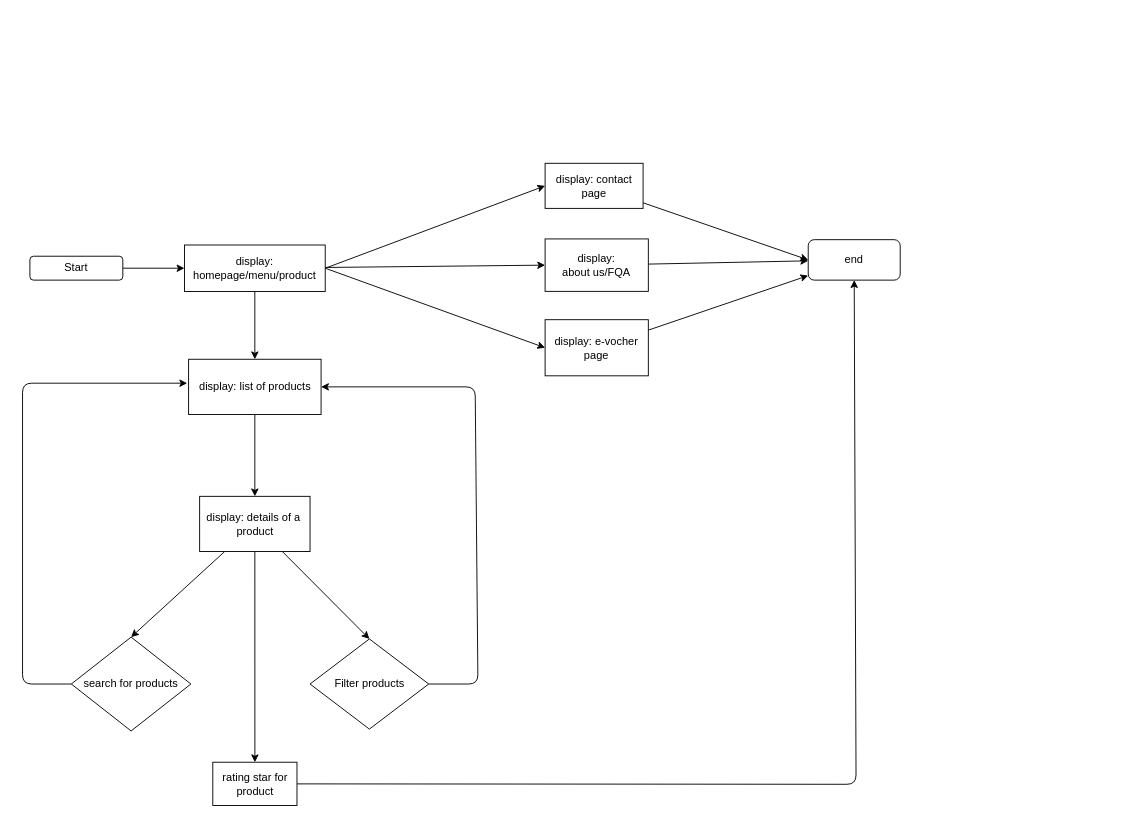
minhthan13/rock-paradise keeps this draw.io diagram as flow.drawio. Above is the earlier version. Source tidied: cells renumbered, new cells numbered last; positions are measured from the earlier drawing's top-left corner, leaving out a move shared by most shapes. Both pictures are drawn from the tidied source at 92%, with x=0, y=0 at pixel (22, 163).
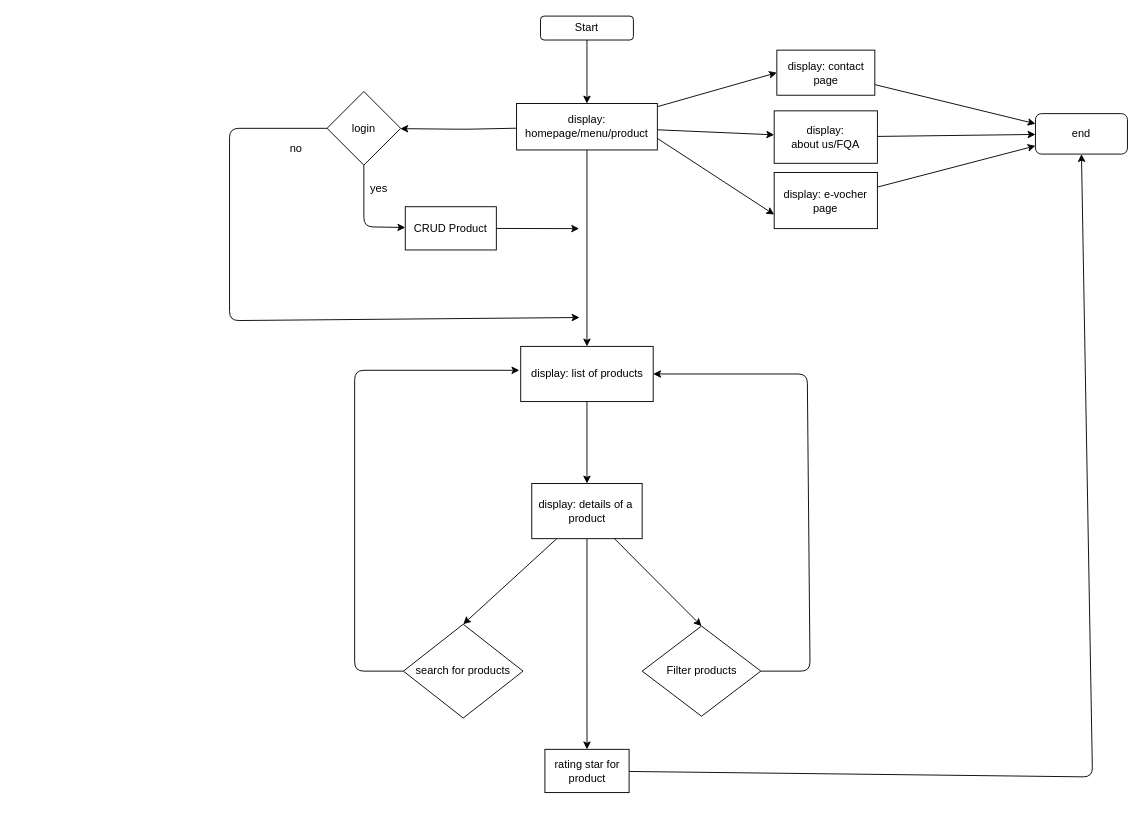
The same diagram, later.

Commit message:
config flow chart

The edit, as a diff of the source:
```diff
@@
-    <mxCell id="2" style="edgeStyle=none;html=1;" parent="1" edge="1" source="3" target="8">
+    <mxCell id="2" style="edgeStyle=none;html=1;entryX=0.5;entryY=0;entryDx=0;entryDy=0;" parent="1" edge="1" source="3" target="8">
       <mxGeometry relative="1" as="geometry" />
     </mxCell>
     <mxCell id="3" value="Start" style="rounded=1;whiteSpace=wrap;html=1;" parent="1" vertex="1">
-      <mxGeometry x="8" y="101" width="101" height="26" as="geometry" />
+      <mxGeometry x="563" y="-160" width="101" height="26" as="geometry" />
     </mxCell>
@@
+    <mxCell id="28" style="edgeStyle=none;html=1;" parent="1" edge="1" source="8" target="31">
+      <mxGeometry relative="1" as="geometry">
+        <Array as="points">
+          <mxPoint x="482" y="-37" />
+        </Array>
+      </mxGeometry>
+    </mxCell>
+    <mxCell id="7" style="edgeStyle=none;html=1;entryX=0;entryY=0.5;entryDx=0;entryDy=0;" parent="1" edge="1" source="8" target="25">
+      <mxGeometry relative="1" as="geometry" />
+    </mxCell>
+    <mxCell id="6" style="edgeStyle=none;html=1;" parent="1" edge="1" source="8" target="27">
+      <mxGeometry relative="1" as="geometry" />
+    </mxCell>
-    <mxCell id="5" style="edgeStyle=none;html=1;entryX=0;entryY=0.5;entryDx=0;entryDy=0;exitX=1;exitY=0.5;exitDx=0;exitDy=0;" parent="1" edge="1" source="8" target="22">
+    <mxCell id="5" style="edgeStyle=none;html=1;exitX=1;exitY=0.75;exitDx=0;exitDy=0;entryX=0;entryY=0.75;entryDx=0;entryDy=0;" parent="1" edge="1" source="8" target="22">
       <mxGeometry relative="1" as="geometry" />
     </mxCell>
-    <mxCell id="6" style="edgeStyle=none;html=1;entryX=0;entryY=0.5;entryDx=0;entryDy=0;" parent="1" edge="1" source="8" target="27">
-      <mxGeometry relative="1" as="geometry" />
-    </mxCell>
-    <mxCell id="7" style="edgeStyle=none;html=1;entryX=0;entryY=0.5;entryDx=0;entryDy=0;exitX=1;exitY=0.5;exitDx=0;exitDy=0;" parent="1" edge="1" source="8" target="25">
-      <mxGeometry relative="1" as="geometry" />
-    </mxCell>
     <mxCell id="8" value="display: homepage/menu/product" style="rounded=0;whiteSpace=wrap;html=1;" parent="1" vertex="1">
-      <mxGeometry x="176" y="88.8" width="153" height="50.5" as="geometry" />
+      <mxGeometry x="537" y="-65" width="153" height="50.5" as="geometry" />
     </mxCell>
@@
     <mxCell id="10" value="display: list of products" style="rounded=0;whiteSpace=wrap;html=1;" parent="1" vertex="1">
-      <mxGeometry x="180.5" y="213" width="144" height="60" as="geometry" />
+      <mxGeometry x="541.5" y="199" width="144" height="60" as="geometry" />
     </mxCell>
     <mxCell id="11" style="edgeStyle=none;html=1;" parent="1" edge="1" source="12">
       <mxGeometry relative="1" as="geometry">
-        <mxPoint x="179" y="239" as="targetPoint" />
+        <mxPoint x="540" y="225" as="targetPoint" />
         <Array as="points">
-          <mxPoint y="566" />
-          <mxPoint y="239" />
+          <mxPoint x="361" y="552" />
+          <mxPoint x="361" y="225" />
         </Array>
       </mxGeometry>
     </mxCell>
     <mxCell id="12" value="search for products" style="rhombus;whiteSpace=wrap;html=1;" parent="1" vertex="1">
-      <mxGeometry x="53" y="515" width="130" height="102" as="geometry" />
+      <mxGeometry x="414" y="501" width="130" height="102" as="geometry" />
     </mxCell>
     <mxCell id="13" style="edgeStyle=none;html=1;entryX=1;entryY=0.5;entryDx=0;entryDy=0;" parent="1" edge="1" source="14" target="10">
       <mxGeometry relative="1" as="geometry">
         <Array as="points">
-          <mxPoint x="495" y="566" />
-          <mxPoint x="492" y="243" />
+          <mxPoint x="856" y="552" />
+          <mxPoint x="853" y="229" />
         </Array>
       </mxGeometry>
     </mxCell>
     <mxCell id="14" value="Filter products" style="rhombus;whiteSpace=wrap;html=1;" parent="1" vertex="1">
-      <mxGeometry x="312.5" y="517" width="129" height="98" as="geometry" />
+      <mxGeometry x="673.5" y="503" width="129" height="98" as="geometry" />
     </mxCell>
@@
     <mxCell id="18" value="display: details of a&amp;nbsp; product" style="rounded=0;whiteSpace=wrap;html=1;" parent="1" vertex="1">
-      <mxGeometry x="192.5" y="362" width="120" height="60" as="geometry" />
+      <mxGeometry x="553.5" y="348" width="120" height="60" as="geometry" />
     </mxCell>
     <mxCell id="19" style="edgeStyle=none;html=1;entryX=0.5;entryY=1;entryDx=0;entryDy=0;" parent="1" edge="1" source="20" target="23">
       <mxGeometry relative="1" as="geometry">
         <Array as="points">
-          <mxPoint x="906" y="675" />
+          <mxPoint x="1163" y="667" />
         </Array>
       </mxGeometry>
     </mxCell>
     <mxCell id="20" value="rating star for product" style="rounded=0;whiteSpace=wrap;html=1;" parent="1" vertex="1">
-      <mxGeometry x="206.8" y="651" width="91.5" height="47" as="geometry" />
+      <mxGeometry x="567.8" y="637" width="91.5" height="47" as="geometry" />
     </mxCell>
@@
     <mxCell id="22" value="display: e-vocher page" style="rounded=0;whiteSpace=wrap;html=1;" parent="1" vertex="1">
-      <mxGeometry x="568" y="170" width="112.2" height="61" as="geometry" />
+      <mxGeometry x="817" y="10" width="112.2" height="61" as="geometry" />
     </mxCell>
     <mxCell id="23" value="end" style="rounded=1;whiteSpace=wrap;html=1;" parent="1" vertex="1">
-      <mxGeometry x="854" y="83" width="100" height="44" as="geometry" />
+      <mxGeometry x="1101" y="-54" width="100" height="44" as="geometry" />
     </mxCell>
-    <mxCell id="24" style="edgeStyle=none;html=1;entryX=0;entryY=0.5;entryDx=0;entryDy=0;" parent="1" edge="1" source="25" target="23">
+    <mxCell id="24" style="edgeStyle=none;html=1;entryX=0;entryY=0.25;entryDx=0;entryDy=0;" parent="1" edge="1" source="25" target="23">
       <mxGeometry relative="1" as="geometry" />
     </mxCell>
     <mxCell id="25" value="display: contact page" style="rounded=0;whiteSpace=wrap;html=1;" parent="1" vertex="1">
-      <mxGeometry x="568" width="106.5" height="49" as="geometry" />
+      <mxGeometry x="819.9" y="-123" width="106.5" height="49" as="geometry" />
     </mxCell>
@@
     <mxCell id="27" value="display: &lt;br&gt;about us/FQA" style="rounded=0;whiteSpace=wrap;html=1;" parent="1" vertex="1">
-      <mxGeometry x="568" y="82.2" width="112.2" height="57" as="geometry" />
+      <mxGeometry x="817" y="-57" width="112.2" height="57" as="geometry" />
     </mxCell>
+    <mxCell id="29" style="edgeStyle=none;html=1;exitX=0.5;exitY=1;exitDx=0;exitDy=0;" parent="1" edge="1" source="31" target="34">
+      <mxGeometry relative="1" as="geometry">
+        <Array as="points">
+          <mxPoint x="371" y="69" />
+        </Array>
+      </mxGeometry>
+    </mxCell>
+    <mxCell id="30" style="edgeStyle=none;html=1;" parent="1" edge="1" source="31">
+      <mxGeometry relative="1" as="geometry">
+        <mxPoint x="605.4" y="167.6" as="targetPoint" />
+        <Array as="points">
+          <mxPoint x="225" y="-38" />
+          <mxPoint x="225" y="171" />
+        </Array>
+      </mxGeometry>
+    </mxCell>
+    <mxCell id="31" value="login" style="rhombus;whiteSpace=wrap;html=1;rounded=0;" parent="1" vertex="1">
+      <mxGeometry x="331" y="-78" width="80" height="80" as="geometry" />
+    </mxCell>
+    <mxCell id="32" value="no" style="text;html=1;align=center;verticalAlign=middle;strokeColor=none;fillColor=none;" parent="1" vertex="1">
+      <mxGeometry x="281" y="-29" width="31" height="26" as="geometry" />
+    </mxCell>
+    <mxCell id="33" style="edgeStyle=none;html=1;" parent="1" edge="1" source="34">
+      <mxGeometry relative="1" as="geometry">
+        <mxPoint x="605" y="71" as="targetPoint" />
+      </mxGeometry>
+    </mxCell>
+    <mxCell id="34" value="CRUD Product" style="whiteSpace=wrap;html=1;" parent="1" vertex="1">
+      <mxGeometry x="416" y="47.2" width="99" height="47" as="geometry" />
+    </mxCell>
+    <mxCell id="35" value="yes" style="text;html=1;align=center;verticalAlign=middle;strokeColor=none;fillColor=none;" parent="1" vertex="1">
+      <mxGeometry x="368" y="15" width="37" height="26" as="geometry" />
+    </mxCell>
```
